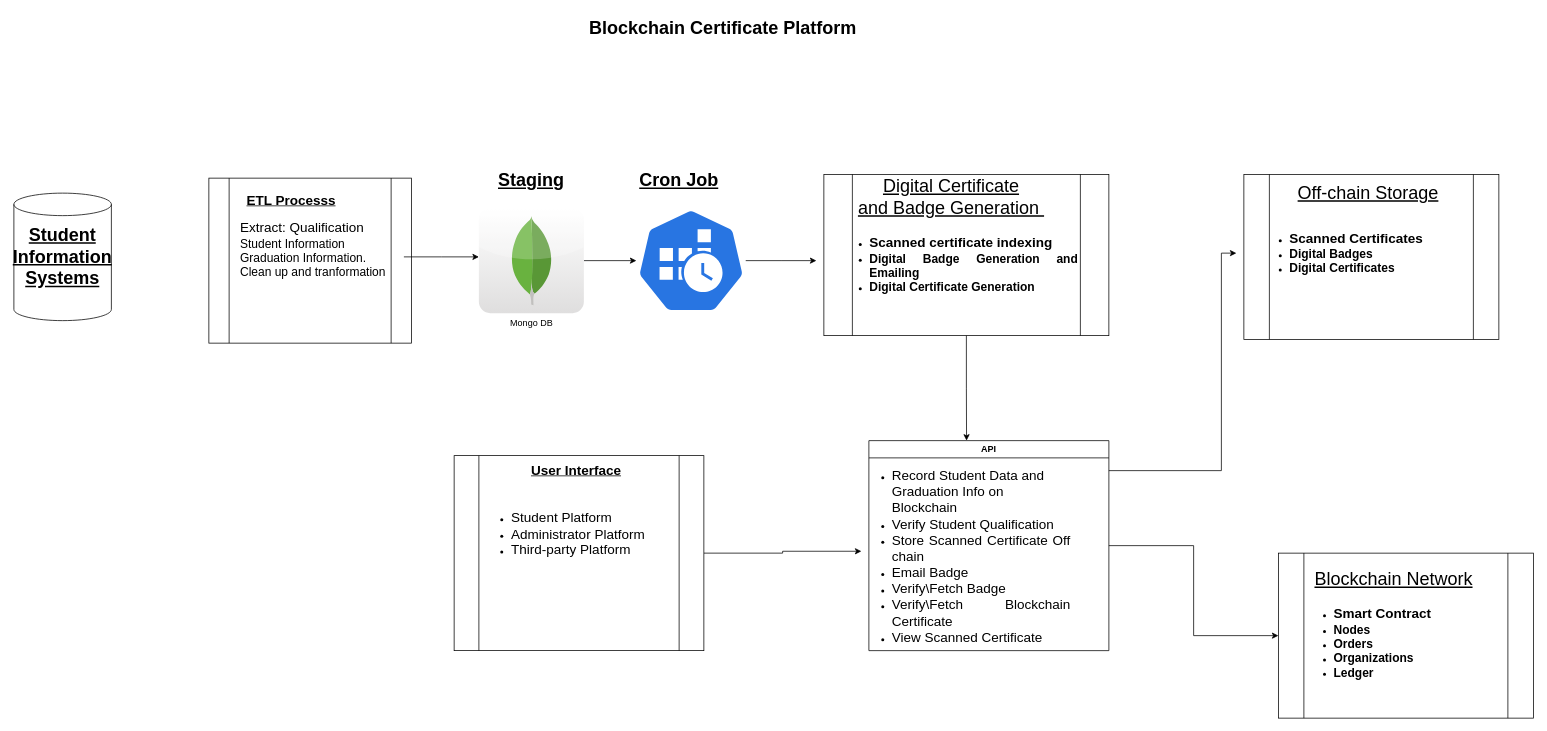
Earlier version of the draw.io diagram Untitled Diagram.drawio (SifisoMzansi/architecture-diagrams). Source tidied: cells renumbered, new cells numbered last; positions are measured from the earlier drawing's top-left corner, leaving out a move shared by most shapes. Both pictures are drawn from the tidied source at 75%, with x=0, y=0 at pixel (14, 13).
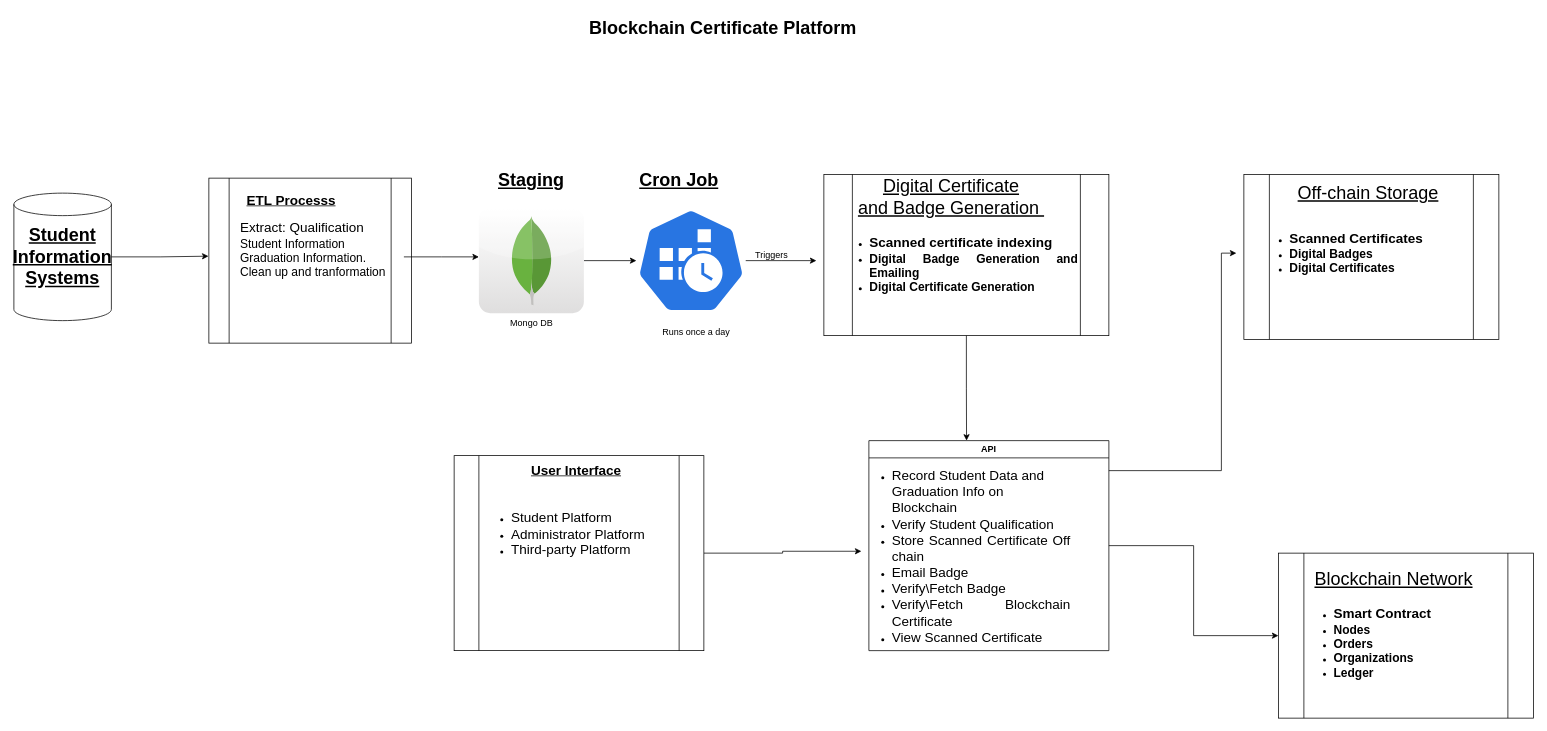
The same page after the edit.

Unchanged cells that the change refers to:
```xml
<mxCell id="3" style="shape=cylinder3;whiteSpace=wrap;html=1;boundedLbl=1;backgroundOutline=1;size=15;" parent="1" vertex="1">
  <mxGeometry y="240" width="130" height="170" as="geometry" />
</mxCell>
<mxCell id="5" style="shape=process;whiteSpace=wrap;html=1;backgroundOutline=1;" parent="1" vertex="1">
  <mxGeometry x="260" y="220" width="270" height="220" as="geometry" />
</mxCell>
```

What changed in the source:
```diff
@@
+    <mxCell id="33" value="Runs once a day" style="text;html=1;align=center;verticalAlign=middle;whiteSpace=wrap;rounded=0;" parent="1" vertex="1">
+      <mxGeometry x="850" y="410" width="120" height="30" as="geometry" />
+    </mxCell>
+    <mxCell id="34" value="Triggers" style="text;html=1;align=center;verticalAlign=middle;strokeColor=none;fillColor=none;" parent="1" vertex="1">
+      <mxGeometry x="975" y="308" width="70" height="30" as="geometry" />
+    </mxCell>
+    <mxCell id="35" style="edgeStyle=orthogonalEdgeStyle;rounded=0;jettySize=auto;html=1;entryX=-0.002;entryY=0.473;entryDx=0;entryDy=0;entryPerimeter=0;" parent="1" edge="1" source="3" target="5">
+      <mxGeometry relative="1" as="geometry" />
+    </mxCell>
```
